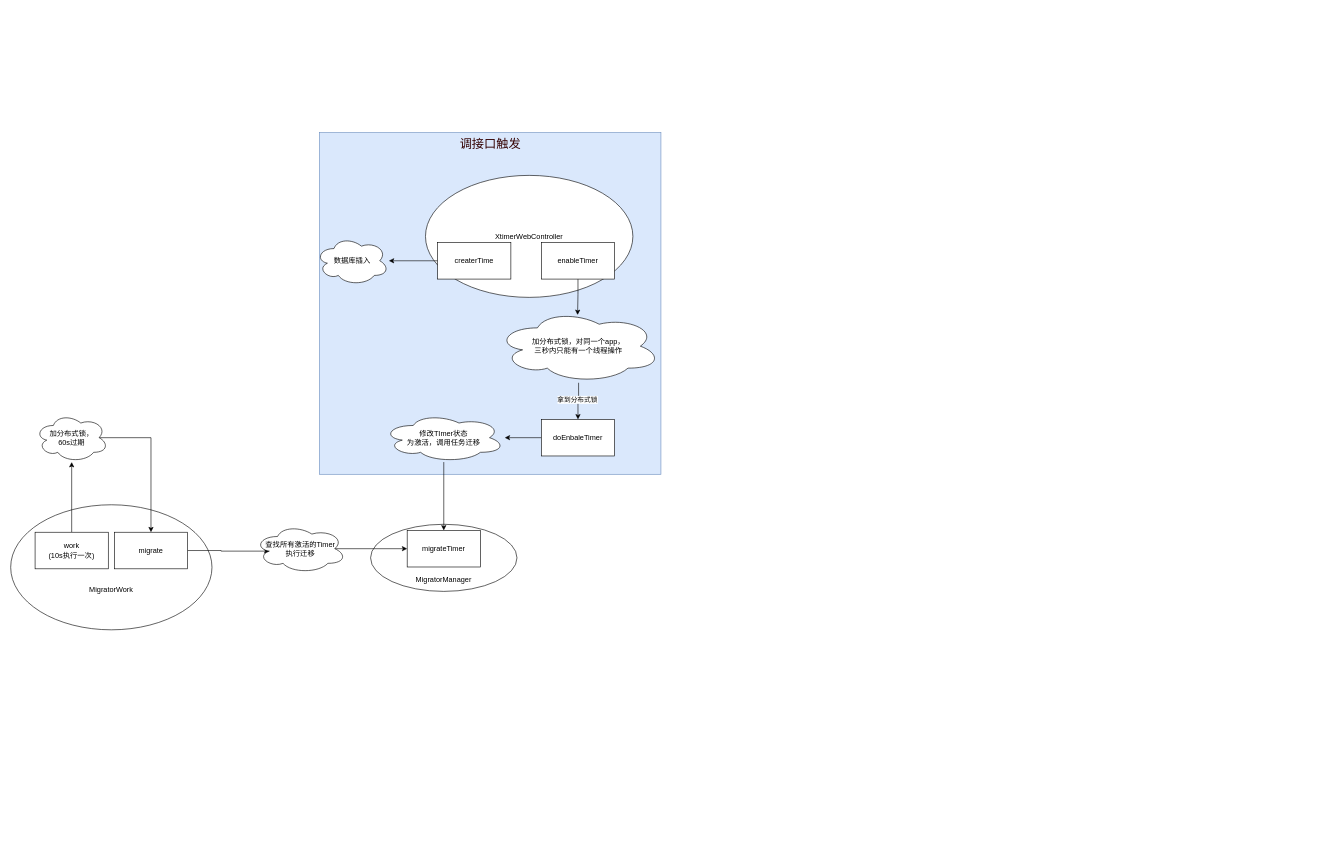
This is xtimer.drawio from lemonulc/draw, a draw.io file, before an edit. Source tidied: cells renumbered, new cells numbered last; positions are measured from the earlier drawing's top-left corner, leaving out a move shared by most shapes. Both pictures are drawn from the tidied source at 61%, with x=0, y=0 at pixel (10, 132).
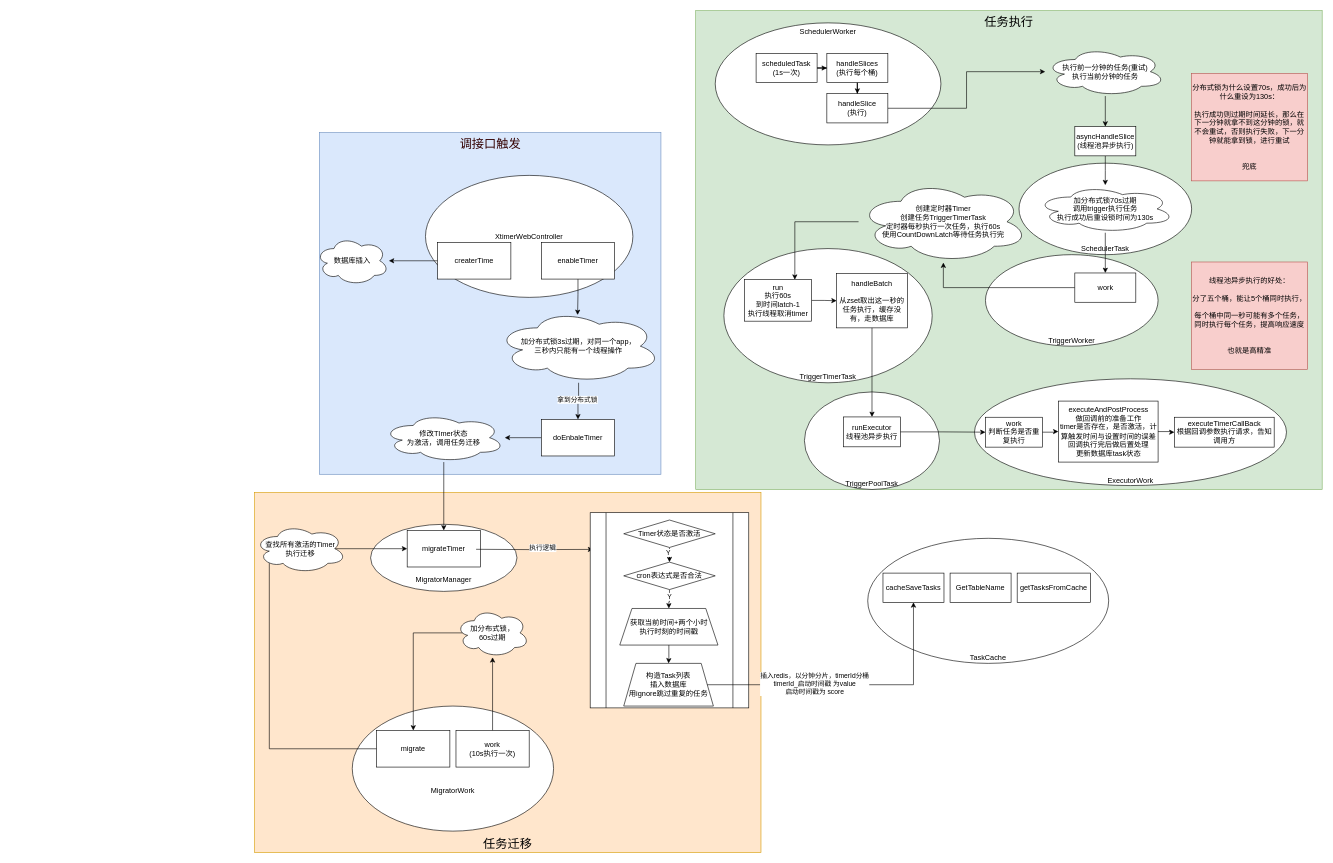
The same diagram, later.

What changed in the source:
```diff
@@
+    <mxCell id="27" value="任务迁移" style="rounded=0;whiteSpace=wrap;html=1;fillColor=#ffe6cc;strokeColor=#d79b00;verticalAlign=bottom;labelPosition=center;verticalLabelPosition=middle;align=center;fontSize=20;" parent="1" vertex="1">
+      <mxGeometry x="400" y="590" width="830" height="590" as="geometry" />
+    </mxCell>
@@
-    <mxCell id="10" value="加分布式锁，对同一个app，&lt;div&gt;三秒内只能有一个线程操作&lt;/div&gt;" style="ellipse;shape=cloud;whiteSpace=wrap;html=1;rounded=0;" parent="1" vertex="1">
+    <mxCell id="10" value="加分布式锁3s过期，对同一个app，&lt;div&gt;三秒内只能有一个线程操作&lt;/div&gt;" style="ellipse;shape=cloud;whiteSpace=wrap;html=1;rounded=0;" parent="1" vertex="1">
       <mxGeometry x="796" y="290" width="270" height="120" as="geometry" />
     </mxCell>
@@
     <mxCell id="18" value="&lt;div&gt;&lt;br&gt;&lt;/div&gt;&lt;div&gt;&lt;br&gt;&lt;/div&gt;&lt;div&gt;&lt;br&gt;&lt;/div&gt;&lt;div&gt;&lt;br&gt;&lt;/div&gt;&lt;div&gt;&lt;br&gt;&lt;/div&gt;MigratorWork" style="ellipse;whiteSpace=wrap;html=1;" parent="1" vertex="1">
-      <mxGeometry y="610" width="330" height="205" as="geometry" />
+      <mxGeometry x="560" y="940" width="330" height="205" as="geometry" />
     </mxCell>
@@
     <mxCell id="20" value="work&lt;div&gt;(10s执行一次)&lt;/div&gt;" style="rounded=0;whiteSpace=wrap;html=1;" parent="1" vertex="1">
-      <mxGeometry x="40" y="655" width="120" height="60" as="geometry" />
+      <mxGeometry x="730" y="980" width="120" height="60" as="geometry" />
     </mxCell>
@@
     <mxCell id="22" value="加分布式锁，&lt;div&gt;60s过期&lt;/div&gt;" style="ellipse;shape=cloud;whiteSpace=wrap;html=1;rounded=0;" parent="1" vertex="1">
-      <mxGeometry x="40" y="460" width="120" height="80" as="geometry" />
+      <mxGeometry x="730" y="780" width="120" height="80" as="geometry" />
     </mxCell>
@@
     <mxCell id="24" value="migrate" style="rounded=0;whiteSpace=wrap;html=1;" parent="1" vertex="1">
-      <mxGeometry x="170" y="655" width="120" height="60" as="geometry" />
+      <mxGeometry x="600" y="980" width="120" height="60" as="geometry" />
     </mxCell>
@@
+    <mxCell id="28" style="edgeStyle=orthogonalEdgeStyle;rounded=0;jettySize=auto;html=1;entryX=0.019;entryY=0.188;entryDx=0;entryDy=0;entryPerimeter=0;" parent="1" edge="1" target="30">
+      <mxGeometry relative="1" as="geometry">
+        <mxPoint x="763" y="683" as="sourcePoint" />
+      </mxGeometry>
+    </mxCell>
+    <mxCell id="29" value="执行逻辑" style="edgeLabel;html=1;align=center;verticalAlign=middle;" parent="28" vertex="1">
+      <mxGeometry x="0.13" y="3" relative="1" as="geometry" />
+    </mxCell>
+    <mxCell id="30" style="shape=process;whiteSpace=wrap;html=1;backgroundOutline=1;" parent="1" vertex="1">
+      <mxGeometry x="950" y="623" width="260" height="320" as="geometry" />
+    </mxCell>
+    <mxCell id="31" style="edgeStyle=orthogonalEdgeStyle;rounded=0;jettySize=auto;html=1;" parent="1" edge="1" source="33" target="36">
+      <mxGeometry relative="1" as="geometry" />
+    </mxCell>
+    <mxCell id="32" value="Y" style="edgeLabel;html=1;align=center;verticalAlign=middle;" parent="31" vertex="1">
+      <mxGeometry x="-0.72" y="-3" relative="1" as="geometry" />
+    </mxCell>
+    <mxCell id="33" value="Timer状态是否激活" style="rhombus;whiteSpace=wrap;html=1;" parent="1" vertex="1">
+      <mxGeometry x="1005" y="635" width="150" height="45" as="geometry" />
+    </mxCell>
+    <mxCell id="34" style="edgeStyle=orthogonalEdgeStyle;rounded=0;jettySize=auto;html=1;" parent="1" edge="1" source="36" target="38">
+      <mxGeometry relative="1" as="geometry" />
+    </mxCell>
+    <mxCell id="35" value="Y" style="edgeLabel;html=1;align=center;verticalAlign=middle;" parent="34" vertex="1">
+      <mxGeometry x="-0.33" y="-1" relative="1" as="geometry" />
+    </mxCell>
+    <mxCell id="36" value="cron表达式是否合法" style="rhombus;whiteSpace=wrap;html=1;" parent="1" vertex="1">
+      <mxGeometry x="1005" y="704" width="150" height="45" as="geometry" />
+    </mxCell>
+    <mxCell id="37" style="edgeStyle=orthogonalEdgeStyle;rounded=0;jettySize=auto;html=1;" parent="1" edge="1" source="38" target="39">
+      <mxGeometry relative="1" as="geometry" />
+    </mxCell>
+    <mxCell id="38" value="获取当前时间+两个小时&lt;div&gt;执行时刻的时间戳&lt;/div&gt;" style="shape=trapezoid;perimeter=trapezoidPerimeter;whiteSpace=wrap;html=1;fixedSize=1;" parent="1" vertex="1">
+      <mxGeometry x="998.5" y="780" width="161" height="60" as="geometry" />
+    </mxCell>
+    <mxCell id="39" value="构造Task列表&lt;div&gt;插入数据库&lt;/div&gt;&lt;div&gt;用ignore跳过重复的任务&lt;/div&gt;" style="shape=trapezoid;perimeter=trapezoidPerimeter;whiteSpace=wrap;html=1;fixedSize=1;" parent="1" vertex="1">
+      <mxGeometry x="1005" y="870" width="147" height="70" as="geometry" />
+    </mxCell>
+    <mxCell id="40" value="任务执行" style="rounded=0;whiteSpace=wrap;html=1;fillColor=#d5e8d4;strokeColor=#82b366;verticalAlign=top;labelPosition=center;verticalLabelPosition=middle;align=center;fontSize=20;" parent="1" vertex="1">
+      <mxGeometry x="1123" y="-200" width="1027" height="785" as="geometry" />
+    </mxCell>
+    <mxCell id="41" value="SchedulerWorker" style="ellipse;whiteSpace=wrap;html=1;verticalAlign=top;" parent="1" vertex="1">
+      <mxGeometry x="1155" y="-180" width="370" height="200" as="geometry" />
+    </mxCell>
+    <mxCell id="42" value="TaskCache" style="ellipse;whiteSpace=wrap;html=1;verticalAlign=bottom;" parent="1" vertex="1">
+      <mxGeometry x="1405" y="665" width="395" height="205" as="geometry" />
+    </mxCell>
+    <mxCell id="43" value="cacheSaveTasks" style="rounded=0;whiteSpace=wrap;html=1;" parent="1" vertex="1">
+      <mxGeometry x="1430" y="722" width="100" height="48" as="geometry" />
+    </mxCell>
+    <mxCell id="44" value="GetTableName" style="rounded=0;whiteSpace=wrap;html=1;" parent="1" vertex="1">
+      <mxGeometry x="1540" y="722" width="100" height="48" as="geometry" />
+    </mxCell>
+    <mxCell id="45" value="getTasksFromCache" style="rounded=0;whiteSpace=wrap;html=1;" parent="1" vertex="1">
+      <mxGeometry x="1650" y="722" width="120" height="48" as="geometry" />
+    </mxCell>
+    <mxCell id="46" style="edgeStyle=orthogonalEdgeStyle;rounded=0;jettySize=auto;html=1;" parent="1" edge="1" source="39" target="43">
+      <mxGeometry relative="1" as="geometry" />
+    </mxCell>
+    <mxCell id="47" value="插入redis，以分钟分片，timerId分桶&lt;div&gt;timerId_启动时间戳 为value&lt;/div&gt;&lt;div&gt;启动时间戳为 score&lt;/div&gt;" style="edgeLabel;html=1;align=center;verticalAlign=middle;" parent="46" vertex="1">
+      <mxGeometry x="-0.26" y="2" relative="1" as="geometry" />
+    </mxCell>
+    <mxCell id="48" style="edgeStyle=orthogonalEdgeStyle;rounded=0;jettySize=auto;html=1;" parent="1" edge="1" source="49" target="51">
+      <mxGeometry relative="1" as="geometry" />
+    </mxCell>
+    <mxCell id="49" value="scheduledTask&lt;div&gt;(1s一次)&lt;/div&gt;" style="rounded=0;whiteSpace=wrap;html=1;" parent="1" vertex="1">
+      <mxGeometry x="1222" y="-130" width="100" height="48" as="geometry" />
+    </mxCell>
+    <mxCell id="50" style="edgeStyle=orthogonalEdgeStyle;rounded=0;jettySize=auto;html=1;" parent="1" edge="1" source="51" target="53">
+      <mxGeometry relative="1" as="geometry" />
+    </mxCell>
+    <mxCell id="51" value="handleSlices&lt;br&gt;&lt;div&gt;(执行每个桶)&lt;/div&gt;" style="rounded=0;whiteSpace=wrap;html=1;" parent="1" vertex="1">
+      <mxGeometry x="1338" y="-130" width="100" height="48" as="geometry" />
+    </mxCell>
+    <mxCell id="52" style="edgeStyle=orthogonalEdgeStyle;rounded=0;jettySize=auto;html=1;" parent="1" edge="1" source="53" target="54">
+      <mxGeometry relative="1" as="geometry" />
+    </mxCell>
+    <mxCell id="53" value="handleSlice&lt;br&gt;&lt;div&gt;(执行)&lt;/div&gt;" style="rounded=0;whiteSpace=wrap;html=1;" parent="1" vertex="1">
+      <mxGeometry x="1338" y="-64" width="100" height="48" as="geometry" />
+    </mxCell>
+    <mxCell id="54" value="执行前一分钟的任务(重试)&lt;div&gt;执行当前分钟的任务&lt;/div&gt;" style="ellipse;shape=cloud;whiteSpace=wrap;html=1;rounded=0;" parent="1" vertex="1">
+      <mxGeometry x="1696" y="-140" width="197" height="80" as="geometry" />
+    </mxCell>
+    <mxCell id="55" value="SchedulerTask" style="ellipse;whiteSpace=wrap;html=1;verticalAlign=bottom;" parent="1" vertex="1">
+      <mxGeometry x="1653" y="50" width="283" height="150" as="geometry" />
+    </mxCell>
+    <mxCell id="56" style="edgeStyle=orthogonalEdgeStyle;rounded=0;jettySize=auto;html=1;" parent="1" edge="1" source="57" target="59">
+      <mxGeometry relative="1" as="geometry" />
+    </mxCell>
+    <mxCell id="57" value="asyncHandleSlice&lt;div&gt;(线程池异步执行)&lt;/div&gt;" style="rounded=0;whiteSpace=wrap;html=1;" parent="1" vertex="1">
+      <mxGeometry x="1744.5" y="-10" width="100" height="48" as="geometry" />
+    </mxCell>
+    <mxCell id="58" style="edgeStyle=orthogonalEdgeStyle;rounded=0;jettySize=auto;html=1;" parent="1" edge="1" source="54" target="57">
+      <mxGeometry relative="1" as="geometry" />
+    </mxCell>
+    <mxCell id="59" value="加分布式锁70s过期&lt;div&gt;调用trigger执行任务&lt;/div&gt;&lt;div&gt;执行成功后重设锁时间为130s&lt;/div&gt;" style="ellipse;shape=cloud;whiteSpace=wrap;html=1;rounded=0;" parent="1" vertex="1">
+      <mxGeometry x="1681.2" y="86" width="226.5" height="78" as="geometry" />
+    </mxCell>
+    <mxCell id="60" value="TriggerWorker" style="ellipse;whiteSpace=wrap;html=1;verticalAlign=bottom;" parent="1" vertex="1">
+      <mxGeometry x="1598" y="200" width="283" height="150" as="geometry" />
+    </mxCell>
+    <mxCell id="61" style="edgeStyle=orthogonalEdgeStyle;rounded=0;jettySize=auto;html=1;" parent="1" edge="1" source="62" target="64">
+      <mxGeometry relative="1" as="geometry" />
+    </mxCell>
+    <mxCell id="62" value="work" style="rounded=0;whiteSpace=wrap;html=1;" parent="1" vertex="1">
+      <mxGeometry x="1744.5" y="230" width="100" height="48" as="geometry" />
+    </mxCell>
+    <mxCell id="63" style="edgeStyle=orthogonalEdgeStyle;rounded=0;jettySize=auto;html=1;" parent="1" edge="1" source="59" target="62">
+      <mxGeometry relative="1" as="geometry" />
+    </mxCell>
+    <mxCell id="64" value="创建定时器Timer&lt;div&gt;创建任务TriggerTimerTask&lt;/div&gt;&lt;div&gt;定时器每秒执行一次任务，执行60s&lt;/div&gt;&lt;div&gt;使用CountDownLatch等待任务执行完&lt;/div&gt;" style="ellipse;shape=cloud;whiteSpace=wrap;html=1;rounded=0;" parent="1" vertex="1">
+      <mxGeometry x="1390" y="79" width="278" height="134" as="geometry" />
+    </mxCell>
+    <mxCell id="65" value="TriggerTimerTask" style="ellipse;whiteSpace=wrap;html=1;verticalAlign=bottom;" parent="1" vertex="1">
+      <mxGeometry x="1169.2" y="190" width="341.5" height="220" as="geometry" />
+    </mxCell>
+    <mxCell id="66" style="edgeStyle=orthogonalEdgeStyle;rounded=0;jettySize=auto;html=1;" parent="1" edge="1" source="67" target="69">
+      <mxGeometry relative="1" as="geometry" />
+    </mxCell>
+    <mxCell id="67" value="run&lt;div&gt;执行60s&lt;/div&gt;&lt;div&gt;到时间latch-1&lt;/div&gt;&lt;div&gt;执行线程取消timer&lt;/div&gt;" style="rounded=0;whiteSpace=wrap;html=1;" parent="1" vertex="1">
+      <mxGeometry x="1203" y="241" width="110" height="68" as="geometry" />
+    </mxCell>
+    <mxCell id="68" style="edgeStyle=orthogonalEdgeStyle;rounded=0;jettySize=auto;html=1;entryX=0.75;entryY=0;entryDx=0;entryDy=0;" parent="1" edge="1" source="64" target="67">
+      <mxGeometry relative="1" as="geometry" />
+    </mxCell>
+    <mxCell id="69" value="handleBatch&lt;div&gt;&lt;br&gt;&lt;/div&gt;&lt;div&gt;从zset取出这一秒的任务执行，缓存没有，走数据库&lt;/div&gt;" style="rounded=0;whiteSpace=wrap;html=1;" parent="1" vertex="1">
+      <mxGeometry x="1354" y="231" width="116" height="89" as="geometry" />
+    </mxCell>
+    <mxCell id="70" value="TriggerPoolTask" style="ellipse;whiteSpace=wrap;html=1;verticalAlign=bottom;" parent="1" vertex="1">
+      <mxGeometry x="1301.2" y="425" width="221.5" height="160" as="geometry" />
+    </mxCell>
+    <mxCell id="71" style="edgeStyle=orthogonalEdgeStyle;rounded=0;jettySize=auto;html=1;exitX=0.5;exitY=1;exitDx=0;exitDy=0;" parent="1" edge="1" source="69" target="72">
+      <mxGeometry relative="1" as="geometry" />
+    </mxCell>
+    <mxCell id="72" value="runExecutor&lt;div&gt;线程池异步执行&lt;/div&gt;" style="rounded=0;whiteSpace=wrap;html=1;" parent="1" vertex="1">
+      <mxGeometry x="1365.2" y="466" width="93.5" height="49" as="geometry" />
+    </mxCell>
+    <mxCell id="73" value="ExecutorWork" style="ellipse;whiteSpace=wrap;html=1;verticalAlign=bottom;" parent="1" vertex="1">
+      <mxGeometry x="1580" y="403.5" width="511.5" height="175" as="geometry" />
+    </mxCell>
+    <mxCell id="74" value="work&lt;div&gt;判断任务是否重复执行&lt;/div&gt;" style="rounded=0;whiteSpace=wrap;html=1;" parent="1" vertex="1">
+      <mxGeometry x="1598" y="466.5" width="93.5" height="49" as="geometry" />
+    </mxCell>
+    <mxCell id="75" style="edgeStyle=orthogonalEdgeStyle;rounded=0;jettySize=auto;html=1;" parent="1" edge="1" source="74" target="76">
+      <mxGeometry relative="1" as="geometry" />
+    </mxCell>
+    <mxCell id="76" value="executeAndPostProcess&lt;div&gt;做回调前的准备工作&lt;/div&gt;&lt;div&gt;timer是否存在，是否激活，计算触发时间与设置时间的误差&lt;/div&gt;&lt;div&gt;回调执行完后做后置处理&lt;/div&gt;&lt;div&gt;更新数据库task状态&lt;/div&gt;" style="rounded=0;whiteSpace=wrap;html=1;" parent="1" vertex="1">
+      <mxGeometry x="1717.5" y="440" width="163.5" height="100" as="geometry" />
+    </mxCell>
+    <mxCell id="77" style="edgeStyle=orthogonalEdgeStyle;rounded=0;jettySize=auto;html=1;" parent="1" edge="1" source="76" target="78">
+      <mxGeometry relative="1" as="geometry" />
+    </mxCell>
+    <mxCell id="78" value="executeTimerCallBack&lt;div&gt;根据回调参数执行请求，告知调用方&lt;/div&gt;" style="rounded=0;whiteSpace=wrap;html=1;" parent="1" vertex="1">
+      <mxGeometry x="1907.8" y="466.5" width="163.5" height="49" as="geometry" />
+    </mxCell>
+    <mxCell id="79" style="edgeStyle=orthogonalEdgeStyle;rounded=0;jettySize=auto;html=1;" parent="1" edge="1" source="72" target="74">
+      <mxGeometry relative="1" as="geometry" />
+    </mxCell>
+    <mxCell id="80" value="线程池异步执行的好处：&lt;div&gt;&lt;br&gt;&lt;/div&gt;&lt;div&gt;分了五个桶，能让5个桶同时执行，&lt;/div&gt;&lt;div&gt;&lt;br&gt;&lt;/div&gt;&lt;div&gt;每个桶中同一秒可能有多个任务，同时执行每个任务，提高响应速度&lt;/div&gt;&lt;div&gt;&lt;br&gt;&lt;/div&gt;&lt;div&gt;&lt;br&gt;&lt;/div&gt;&lt;div&gt;也就是高精准&lt;/div&gt;" style="text;html=1;align=center;verticalAlign=middle;whiteSpace=wrap;rounded=0;fillColor=#f8cecc;strokeColor=#b85450;" parent="1" vertex="1">
+      <mxGeometry x="1936" y="212" width="190" height="176" as="geometry" />
+    </mxCell>
+    <mxCell id="81" value="分布式锁为什么设置70s，成功后为什么重设为130s：&lt;div&gt;&lt;br&gt;&lt;/div&gt;&lt;div&gt;执行成功则过期时间延长，那么在下一分钟就拿不到这分钟的锁，就不会重试，否则执行失败，下一分钟就能拿到锁，进行重试&lt;/div&gt;&lt;div&gt;&lt;br&gt;&lt;/div&gt;&lt;div&gt;&lt;br&gt;&lt;/div&gt;&lt;div&gt;兜底&lt;/div&gt;" style="text;html=1;align=center;verticalAlign=middle;whiteSpace=wrap;rounded=0;fillColor=#f8cecc;strokeColor=#b85450;" parent="1" vertex="1">
+      <mxGeometry x="1936" y="-97" width="190" height="176" as="geometry" />
+    </mxCell>
```
